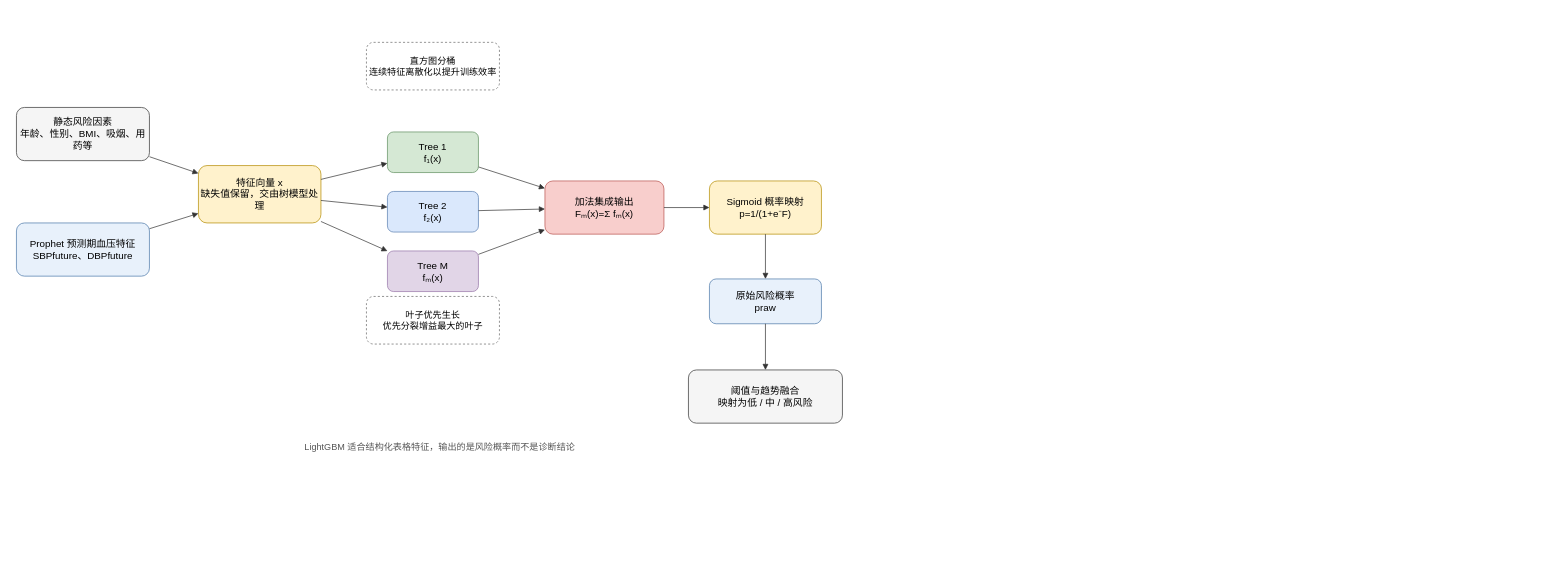
Above: lunwen-doc/论文写作材料/thesis-assets/diagrams/figure-2-2-lightgbm-principle.drawio in dylancao9527/HPS (draw.io), before the change. Source tidied: cells renumbered, new cells numbered last; positions are measured from the earlier drawing's top-left corner, leaving out a move shared by most shapes. Both pictures are drawn from the tidied source at 70%, with x=0, y=0 at pixel (16, 42).
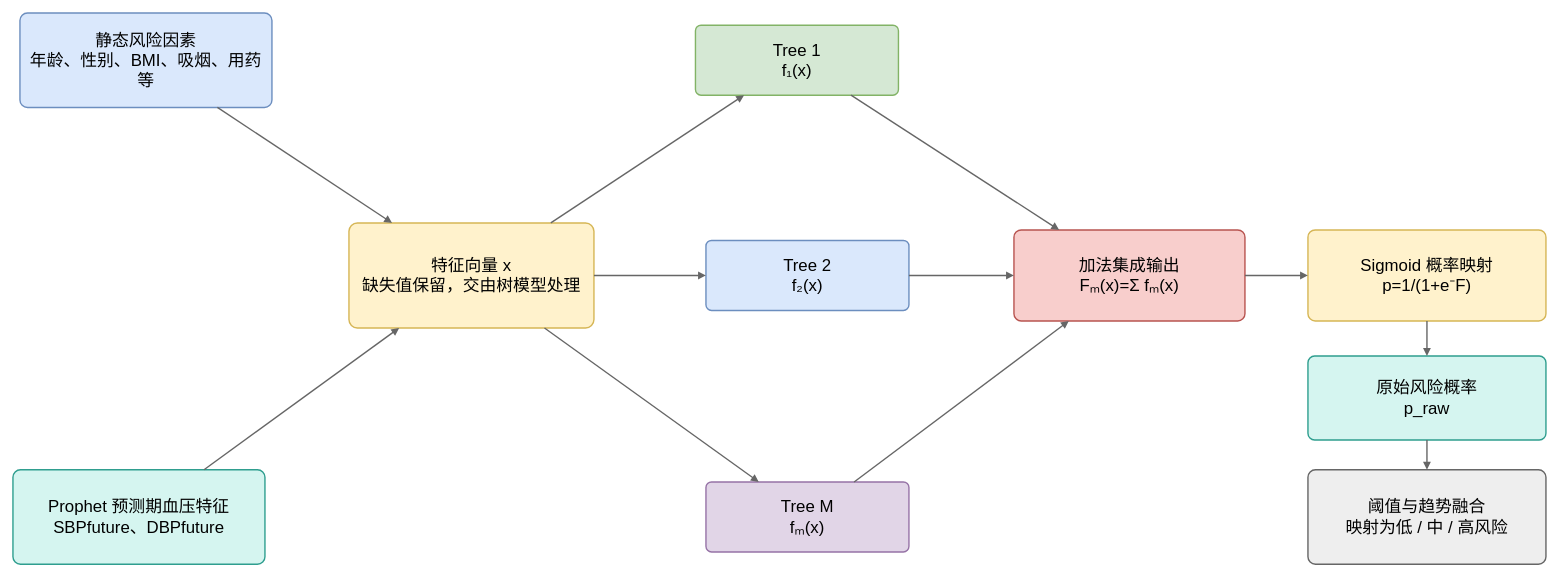
After the change.

Change to the diagram source:
```diff
@@
-    <mxCell id="2" value="静态风险因素&#10;年龄、性别、BMI、吸烟、用药等" style="rounded=1;whiteSpace=wrap;html=1;fillColor=#f5f5f5;strokeColor=#333333;fontFamily=Microsoft YaHei;fontSize=14;" parent="1" vertex="1">
-      <mxGeometry y="93" width="190" height="76" as="geometry" />
+    <mxCell id="2" value="静态风险因素&#10;年龄、性别、BMI、吸烟、用药等" style="rounded=1;arcSize=8;fillColor=#dae8fc;strokeColor=#6c8ebf;strokeWidth=2;whiteSpace=wrap;html=1;fontFamily=Microsoft YaHei;fontSize=24;align=center;verticalAlign=middle;spacing=12;spacingTop=8;spacingBottom=8;" parent="1" vertex="1">
+      <mxGeometry x="5" y="-42" width="360" height="135" as="geometry" />
     </mxCell>
-    <mxCell id="3" value="Prophet 预测期血压特征&#10;SBPfuture、DBPfuture" style="rounded=1;whiteSpace=wrap;html=1;fillColor=#e8f1fb;strokeColor=#4b78a8;fontFamily=Microsoft YaHei;fontSize=14;" parent="1" vertex="1">
-      <mxGeometry y="258" width="190" height="76" as="geometry" />
+    <mxCell id="3" value="Prophet 预测期血压特征&#10;SBPfuture、DBPfuture" style="rounded=1;arcSize=8;fillColor=#d5f5f0;strokeColor=#2f9e8f;strokeWidth=2;whiteSpace=wrap;html=1;fontFamily=Microsoft YaHei;fontSize=24;align=center;verticalAlign=middle;spacing=12;spacingTop=8;spacingBottom=8;" parent="1" vertex="1">
+      <mxGeometry x="-5" y="610.5" width="360" height="135" as="geometry" />
     </mxCell>
-    <mxCell id="4" value="特征向量 x&#10;缺失值保留，交由树模型处理" style="rounded=1;whiteSpace=wrap;html=1;fillColor=#fff2cc;strokeColor=#b38b00;fontFamily=Microsoft YaHei;fontSize=14;" parent="1" vertex="1">
-      <mxGeometry x="260" y="176" width="175" height="82" as="geometry" />
+    <mxCell id="4" value="特征向量 x&#10;缺失值保留，交由树模型处理" style="rounded=1;arcSize=8;fillColor=#fff2cc;strokeColor=#d6b656;strokeWidth=2;fontFamily=Cambria Math;whiteSpace=wrap;html=1;fontFamily=Microsoft YaHei;fontSize=24;align=center;verticalAlign=middle;spacing=12;spacingTop=8;spacingBottom=8;" parent="1" vertex="1">
+      <mxGeometry x="475" y="258" width="350" height="150" as="geometry" />
     </mxCell>
-    <mxCell id="5" value="直方图分桶&#10;连续特征离散化以提升训练效率" style="rounded=1;whiteSpace=wrap;html=1;fillColor=#ffffff;strokeColor=#666666;dashed=1;fontFamily=Microsoft YaHei;fontSize=13;" parent="1" vertex="1">
-      <mxGeometry x="500" width="190" height="68" as="geometry" />
-    </mxCell>
-    <mxCell id="6" value="叶子优先生长&#10;优先分裂增益最大的叶子" style="rounded=1;whiteSpace=wrap;html=1;fillColor=#ffffff;strokeColor=#666666;dashed=1;fontFamily=Microsoft YaHei;fontSize=13;" parent="1" vertex="1">
-      <mxGeometry x="500" y="363" width="190" height="68" as="geometry" />
-    </mxCell>
-    <mxCell id="7" value="Tree 1&#10;f₁(x)" style="rounded=1;whiteSpace=wrap;html=1;fillColor=#d5e8d4;strokeColor=#5f8f5f;fontFamily=Microsoft YaHei;fontSize=14;" parent="1" vertex="1">
-      <mxGeometry x="530" y="128" width="130" height="58" as="geometry" />
+    <mxCell id="7" value="Tree 1&#10;f₁(x)" style="rounded=1;arcSize=8;fillColor=#d5e8d4;strokeColor=#82b366;strokeWidth=2;whiteSpace=wrap;html=1;fontFamily=Microsoft YaHei;fontSize=24;align=center;verticalAlign=middle;spacing=12;spacingTop=8;spacingBottom=8;" parent="1" vertex="1">
+      <mxGeometry x="970" y="-24.5" width="290" height="100" as="geometry" />
     </mxCell>
-    <mxCell id="8" value="Tree 2&#10;f₂(x)" style="rounded=1;whiteSpace=wrap;html=1;fillColor=#dae8fc;strokeColor=#5a7fb0;fontFamily=Microsoft YaHei;fontSize=14;" parent="1" vertex="1">
-      <mxGeometry x="530" y="213" width="130" height="58" as="geometry" />
+    <mxCell id="8" value="Tree 2&#10;f₂(x)" style="rounded=1;arcSize=8;fillColor=#dae8fc;strokeColor=#6c8ebf;strokeWidth=2;whiteSpace=wrap;html=1;fontFamily=Microsoft YaHei;fontSize=24;align=center;verticalAlign=middle;spacing=12;spacingTop=8;spacingBottom=8;" parent="1" vertex="1">
+      <mxGeometry x="985" y="283" width="290" height="100" as="geometry" />
     </mxCell>
-    <mxCell id="9" value="Tree M&#10;fₘ(x)" style="rounded=1;whiteSpace=wrap;html=1;fillColor=#e1d5e7;strokeColor=#9673a6;fontFamily=Microsoft YaHei;fontSize=14;" parent="1" vertex="1">
-      <mxGeometry x="530" y="298" width="130" height="58" as="geometry" />
+    <mxCell id="9" value="Tree M&#10;fₘ(x)" style="rounded=1;arcSize=8;fillColor=#e1d5e7;strokeColor=#9673a6;strokeWidth=2;whiteSpace=wrap;html=1;fontFamily=Microsoft YaHei;fontSize=24;align=center;verticalAlign=middle;spacing=12;spacingTop=8;spacingBottom=8;" parent="1" vertex="1">
+      <mxGeometry x="985" y="628" width="290" height="100" as="geometry" />
     </mxCell>
-    <mxCell id="10" value="加法集成输出&#10;Fₘ(x)=Σ fₘ(x)" style="rounded=1;whiteSpace=wrap;html=1;fillColor=#f8cecc;strokeColor=#b85450;fontFamily=Microsoft YaHei;fontSize=14;" parent="1" vertex="1">
-      <mxGeometry x="755" y="198" width="170" height="76" as="geometry" />
+    <mxCell id="10" value="加法集成输出&#10;Fₘ(x)=Σ fₘ(x)" style="rounded=1;arcSize=8;fillColor=#f8cecc;strokeColor=#b85450;strokeWidth=2;whiteSpace=wrap;html=1;fontFamily=Microsoft YaHei;fontSize=24;align=center;verticalAlign=middle;spacing=12;spacingTop=8;spacingBottom=8;" parent="1" vertex="1">
+      <mxGeometry x="1425" y="268" width="330" height="130" as="geometry" />
     </mxCell>
-    <mxCell id="11" value="Sigmoid 概率映射&#10;p=1/(1+e⁻F)" style="rounded=1;whiteSpace=wrap;html=1;fillColor=#fff2cc;strokeColor=#b38b00;fontFamily=Microsoft YaHei;fontSize=14;" parent="1" vertex="1">
-      <mxGeometry x="990" y="198" width="160" height="76" as="geometry" />
+    <mxCell id="11" value="Sigmoid 概率映射&#10;p=1/(1+e⁻F)" style="rounded=1;arcSize=8;fillColor=#fff2cc;strokeColor=#d6b656;strokeWidth=2;fontFamily=Cambria Math;whiteSpace=wrap;html=1;fontFamily=Microsoft YaHei;fontSize=24;align=center;verticalAlign=middle;spacing=12;spacingTop=8;spacingBottom=8;" parent="1" vertex="1">
+      <mxGeometry x="1845" y="268" width="340" height="130" as="geometry" />
     </mxCell>
-    <mxCell id="12" value="原始风险概率&#10;praw" style="rounded=1;whiteSpace=wrap;html=1;fillColor=#e8f1fb;strokeColor=#4b78a8;fontFamily=Microsoft YaHei;fontSize=14;" parent="1" vertex="1">
-      <mxGeometry x="990" y="338" width="160" height="64" as="geometry" />
-    </mxCell>
+    <mxCell id="26" value="原始风险概率&#10;p_raw" style="rounded=1;arcSize=8;fillColor=#d5f5f0;strokeColor=#2f9e8f;strokeWidth=2;whiteSpace=wrap;html=1;fontFamily=Microsoft YaHei;fontSize=24;align=center;verticalAlign=middle;spacing=12;spacingTop=8;spacingBottom=8;" parent="1" vertex="1">
+      <mxGeometry x="1845" y="448" width="340" height="120" as="geometry" />
+    </mxCell>
-    <mxCell id="13" value="阈值与趋势融合&#10;映射为低 / 中 / 高风险" style="rounded=1;whiteSpace=wrap;html=1;fillColor=#f5f5f5;strokeColor=#333333;fontFamily=Microsoft YaHei;fontSize=14;" parent="1" vertex="1">
-      <mxGeometry x="960" y="468" width="220" height="76" as="geometry" />
+    <mxCell id="13" value="阈值与趋势融合&#10;映射为低 / 中 / 高风险" style="rounded=1;arcSize=8;fillColor=#eeeeee;strokeColor=#666666;strokeWidth=2;whiteSpace=wrap;html=1;fontFamily=Microsoft YaHei;fontSize=24;align=center;verticalAlign=middle;spacing=12;spacingTop=8;spacingBottom=8;" parent="1" vertex="1">
+      <mxGeometry x="1845" y="610.5" width="340" height="135" as="geometry" />
     </mxCell>
-    <mxCell id="14" style="endArrow=block;html=1;rounded=0;strokeColor=#333333;" parent="1" edge="1" source="2" target="4">
+    <mxCell id="14" style="endArrow=block;html=1;rounded=0;strokeWidth=2;strokeColor=#666666;fontFamily=Microsoft YaHei;fontSize=24;labelBackgroundColor=#ffffff;" parent="1" edge="1" source="2" target="4">
       <mxGeometry relative="1" as="geometry" />
     </mxCell>
-    <mxCell id="15" style="endArrow=block;html=1;rounded=0;strokeColor=#333333;" parent="1" edge="1" source="3" target="4">
+    <mxCell id="15" style="endArrow=block;html=1;rounded=0;strokeWidth=2;strokeColor=#666666;fontFamily=Microsoft YaHei;fontSize=24;labelBackgroundColor=#ffffff;" parent="1" edge="1" source="3" target="4">
       <mxGeometry relative="1" as="geometry" />
     </mxCell>
-    <mxCell id="16" style="endArrow=block;html=1;rounded=0;strokeColor=#333333;" parent="1" edge="1" source="4" target="7">
+    <mxCell id="16" style="endArrow=block;html=1;rounded=0;strokeWidth=2;strokeColor=#666666;fontFamily=Microsoft YaHei;fontSize=24;labelBackgroundColor=#ffffff;" parent="1" edge="1" source="4" target="7">
       <mxGeometry relative="1" as="geometry" />
     </mxCell>
-    <mxCell id="17" style="endArrow=block;html=1;rounded=0;strokeColor=#333333;" parent="1" edge="1" source="4" target="8">
+    <mxCell id="17" style="endArrow=block;html=1;rounded=0;strokeWidth=2;strokeColor=#666666;fontFamily=Microsoft YaHei;fontSize=24;labelBackgroundColor=#ffffff;" parent="1" edge="1" source="4" target="8">
       <mxGeometry relative="1" as="geometry" />
     </mxCell>
-    <mxCell id="18" style="endArrow=block;html=1;rounded=0;strokeColor=#333333;" parent="1" edge="1" source="4" target="9">
+    <mxCell id="18" style="endArrow=block;html=1;rounded=0;strokeWidth=2;strokeColor=#666666;fontFamily=Microsoft YaHei;fontSize=24;labelBackgroundColor=#ffffff;" parent="1" edge="1" source="4" target="9">
       <mxGeometry relative="1" as="geometry" />
     </mxCell>
-    <mxCell id="19" style="endArrow=block;html=1;rounded=0;strokeColor=#333333;" parent="1" edge="1" source="7" target="10">
+    <mxCell id="19" style="endArrow=block;html=1;rounded=0;strokeWidth=2;strokeColor=#666666;fontFamily=Microsoft YaHei;fontSize=24;labelBackgroundColor=#ffffff;" parent="1" edge="1" source="7" target="10">
       <mxGeometry relative="1" as="geometry" />
     </mxCell>
-    <mxCell id="20" style="endArrow=block;html=1;rounded=0;strokeColor=#333333;" parent="1" edge="1" source="8" target="10">
+    <mxCell id="20" style="endArrow=block;html=1;rounded=0;strokeWidth=2;strokeColor=#666666;fontFamily=Microsoft YaHei;fontSize=24;labelBackgroundColor=#ffffff;" parent="1" edge="1" source="8" target="10">
       <mxGeometry relative="1" as="geometry" />
     </mxCell>
-    <mxCell id="21" style="endArrow=block;html=1;rounded=0;strokeColor=#333333;" parent="1" edge="1" source="9" target="10">
+    <mxCell id="21" style="endArrow=block;html=1;rounded=0;strokeWidth=2;strokeColor=#666666;fontFamily=Microsoft YaHei;fontSize=24;labelBackgroundColor=#ffffff;" parent="1" edge="1" source="9" target="10">
       <mxGeometry relative="1" as="geometry" />
     </mxCell>
-    <mxCell id="22" style="endArrow=block;html=1;rounded=0;strokeColor=#333333;" parent="1" edge="1" source="10" target="11">
+    <mxCell id="22" style="endArrow=block;html=1;rounded=0;strokeWidth=2;strokeColor=#666666;fontFamily=Microsoft YaHei;fontSize=24;labelBackgroundColor=#ffffff;" parent="1" edge="1" source="10" target="11">
       <mxGeometry relative="1" as="geometry" />
     </mxCell>
-    <mxCell id="23" style="endArrow=block;html=1;rounded=0;strokeColor=#333333;" parent="1" edge="1" source="11" target="12">
-      <mxGeometry relative="1" as="geometry" />
-    </mxCell>
-    <mxCell id="24" style="endArrow=block;html=1;rounded=0;strokeColor=#333333;" parent="1" edge="1" source="12" target="13">
-      <mxGeometry relative="1" as="geometry" />
-    </mxCell>
-    <mxCell id="25" value="LightGBM 适合结构化表格特征，输出的是风险概率而不是诊断结论" style="text;html=1;strokeColor=none;fillColor=none;align=center;verticalAlign=middle;whiteSpace=wrap;fontFamily=Microsoft YaHei;fontSize=13;fontColor=#555555;" parent="1" vertex="1">
-      <mxGeometry x="345" y="563" width="520" height="30" as="geometry" />
-    </mxCell>
+    <mxCell id="27" style="endArrow=block;html=1;rounded=0;strokeWidth=2;strokeColor=#666666;fontFamily=Microsoft YaHei;fontSize=24;labelBackgroundColor=#ffffff;" parent="1" edge="1" source="11" target="26">
+      <mxGeometry relative="1" as="geometry" />
+    </mxCell>
+    <mxCell id="28" style="endArrow=block;html=1;rounded=0;strokeWidth=2;strokeColor=#666666;fontFamily=Microsoft YaHei;fontSize=24;labelBackgroundColor=#ffffff;" parent="1" edge="1" source="26" target="13">
+      <mxGeometry relative="1" as="geometry" />
+    </mxCell>
```
